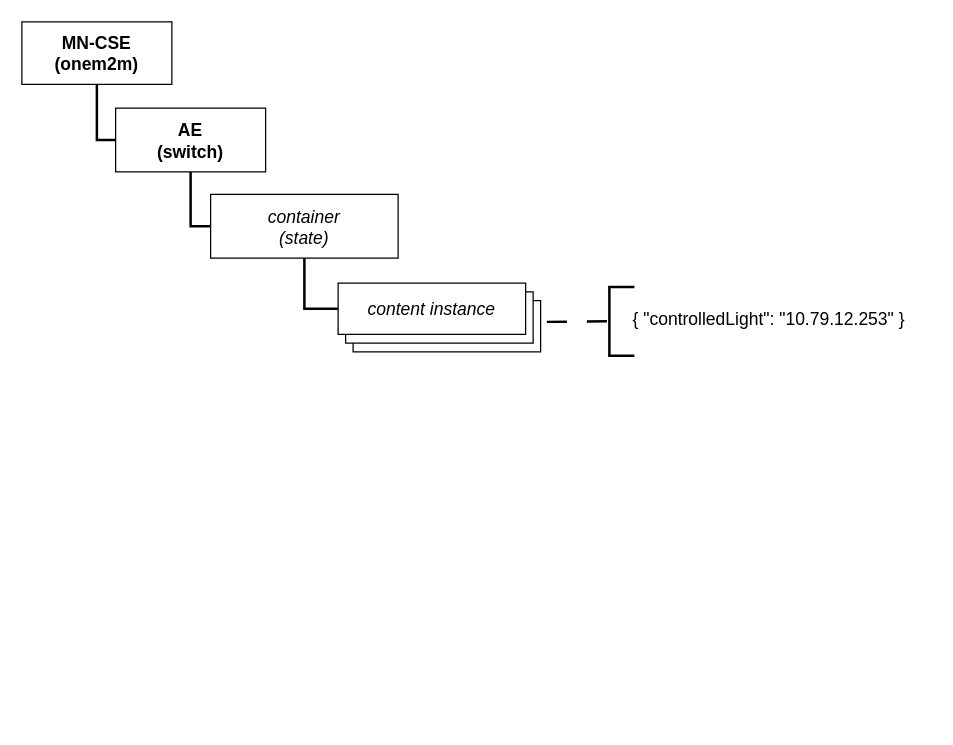
Before: page "Smart Switch" (3 of 4) of assets/diagrams.drawio in daniel-carreira/smart-lighting-onem2m, a draw.io diagram. Source tidied: cells renumbered, new cells numbered last; positions are measured from the earlier drawing's top-left corner, leaving out a move shared by most shapes. Both pictures are drawn from the tidied source at 125%, with x=0, y=0 at pixel (21, 21).
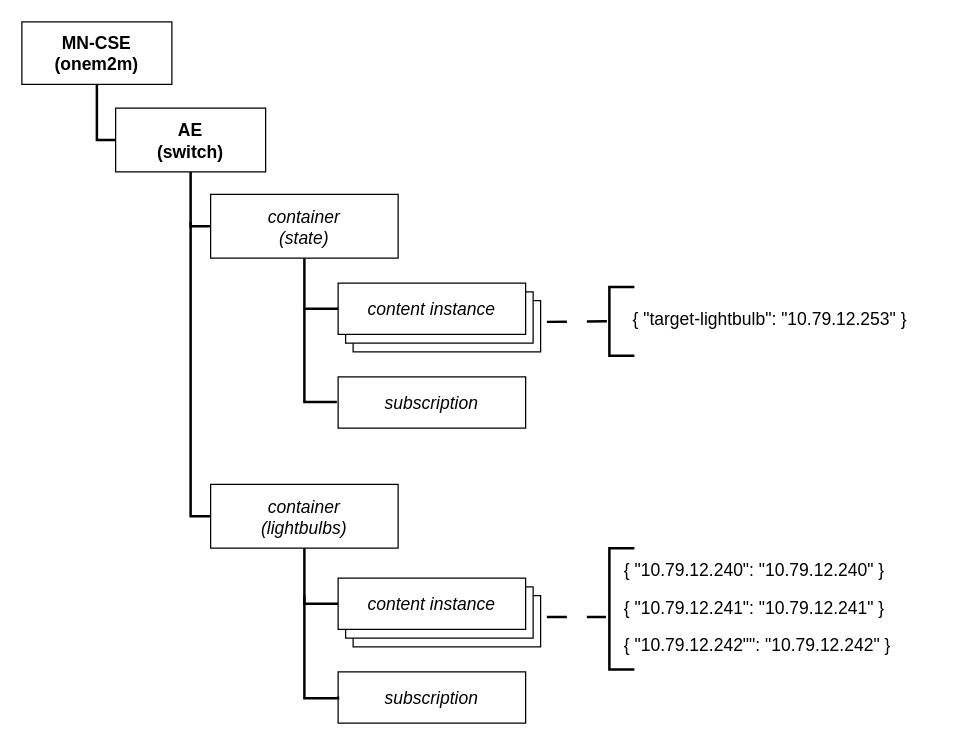
The same page after the edit.

The edit, as a diff of the source:
```diff
@@
-    <mxCell id="11" value="&lt;div style=&quot;font-size: 14px;&quot;&gt;{ &quot;&lt;span style=&quot;border-color: var(--border-color);&quot;&gt;controlledLight&quot;&lt;/span&gt;&lt;span style=&quot;border-color: var(--border-color); background-color: initial;&quot;&gt;: &quot;10.79.12.253&quot;&lt;/span&gt;&lt;span style=&quot;background-color: initial;&quot;&gt;&amp;nbsp;&lt;/span&gt;&lt;span style=&quot;background-color: initial;&quot;&gt;}&lt;/span&gt;&lt;/div&gt;" style="text;html=1;align=left;verticalAlign=middle;strokeColor=none;fillColor=none;perimeterSpacing=3;" parent="1" vertex="1">
+    <mxCell id="11" value="&lt;div style=&quot;font-size: 14px;&quot;&gt;{ &quot;&lt;span style=&quot;border-color: var(--border-color);&quot;&gt;target-lightbulb&quot;&lt;/span&gt;&lt;span style=&quot;border-color: var(--border-color); background-color: initial;&quot;&gt;: &quot;10.79.12.253&quot;&lt;/span&gt;&lt;span style=&quot;background-color: initial;&quot;&gt;&amp;nbsp;&lt;/span&gt;&lt;span style=&quot;background-color: initial;&quot;&gt;}&lt;/span&gt;&lt;/div&gt;" style="text;html=1;align=left;verticalAlign=middle;strokeColor=none;fillColor=none;perimeterSpacing=3;" parent="1" vertex="1">
       <mxGeometry x="487" y="223" width="240" height="30" as="geometry" />
     </mxCell>
@@
+    <mxCell id="14" style="edgeStyle=orthogonalEdgeStyle;rounded=0;jettySize=auto;html=1;entryX=0;entryY=0.5;entryDx=0;entryDy=0;endArrow=none;endFill=0;strokeWidth=2;" parent="1" edge="1" target="15">
+      <mxGeometry relative="1" as="geometry">
+        <mxPoint x="135" y="160" as="sourcePoint" />
+        <Array as="points">
+          <mxPoint x="135" y="395" />
+        </Array>
+      </mxGeometry>
+    </mxCell>
+    <mxCell id="15" value="&lt;span style=&quot;font-weight: normal;&quot;&gt;&lt;i&gt;container&lt;br&gt;(lightbulbs)&lt;/i&gt;&lt;br&gt;&lt;/span&gt;" style="rounded=0;whiteSpace=wrap;html=1;fontStyle=1;fontSize=14;" parent="1" vertex="1">
+      <mxGeometry x="151" y="370" width="150" height="51" as="geometry" />
+    </mxCell>
+    <mxCell id="16" value="&lt;span style=&quot;font-weight: normal;&quot;&gt;&lt;br&gt;&lt;/span&gt;" style="rounded=0;whiteSpace=wrap;html=1;fontStyle=1;fontSize=14;" parent="1" vertex="1">
+      <mxGeometry x="265" y="459" width="150" height="41" as="geometry" />
+    </mxCell>
+    <mxCell id="17" value="&lt;span style=&quot;font-weight: normal;&quot;&gt;&lt;br&gt;&lt;/span&gt;" style="rounded=0;whiteSpace=wrap;html=1;fontStyle=1;fontSize=14;" parent="1" vertex="1">
+      <mxGeometry x="259" y="452" width="150" height="41" as="geometry" />
+    </mxCell>
+    <mxCell id="18" style="edgeStyle=orthogonalEdgeStyle;rounded=0;jettySize=auto;html=1;entryX=0;entryY=0.5;entryDx=0;entryDy=0;endArrow=none;endFill=0;strokeWidth=2;exitX=0.5;exitY=1;exitDx=0;exitDy=0;" parent="1" edge="1" source="15" target="19">
+      <mxGeometry relative="1" as="geometry">
+        <Array as="points">
+          <mxPoint x="226" y="465" />
+          <mxPoint x="253" y="465" />
+        </Array>
+      </mxGeometry>
+    </mxCell>
+    <mxCell id="19" value="&lt;span style=&quot;font-weight: normal;&quot;&gt;&lt;i&gt;content instance&lt;/i&gt;&lt;br&gt;&lt;/span&gt;" style="rounded=0;whiteSpace=wrap;html=1;fontStyle=1;fontSize=14;" parent="1" vertex="1">
+      <mxGeometry x="253" y="445" width="150" height="41" as="geometry" />
+    </mxCell>
+    <mxCell id="20" style="rounded=0;jettySize=auto;html=1;entryX=-0.133;entryY=0.567;entryDx=0;entryDy=0;entryPerimeter=0;strokeWidth=2;endArrow=none;endFill=0;dashed=1;dashPattern=8 8;" parent="1" edge="1" target="21">
+      <mxGeometry relative="1" as="geometry">
+        <mxPoint x="420" y="476" as="sourcePoint" />
+      </mxGeometry>
+    </mxCell>
+    <mxCell id="21" style="strokeWidth=2;html=1;shape=mxgraph.flowchart.annotation_1;align=left;" parent="1" vertex="1">
+      <mxGeometry x="470" y="421" width="20" height="97" as="geometry" />
+    </mxCell>
+    <mxCell id="22" value="&lt;div style=&quot;font-size: 14px;&quot;&gt;{ &quot;&lt;span style=&quot;border-color: var(--border-color);&quot;&gt;10.79.12.240&quot;&lt;/span&gt;&lt;span style=&quot;border-color: var(--border-color); background-color: initial;&quot;&gt;: &quot;10.79.12.240&quot;&lt;/span&gt;&lt;span style=&quot;background-color: initial;&quot;&gt;&amp;nbsp;&lt;/span&gt;&lt;span style=&quot;background-color: initial;&quot;&gt;}&lt;/span&gt;&lt;/div&gt;" style="text;html=1;align=left;verticalAlign=middle;strokeColor=none;fillColor=none;perimeterSpacing=3;" parent="1" vertex="1">
+      <mxGeometry x="480" y="424" width="230" height="30" as="geometry" />
+    </mxCell>
+    <mxCell id="23" value="&lt;div style=&quot;font-size: 14px;&quot;&gt;{ &quot;&lt;span style=&quot;border-color: var(--border-color);&quot;&gt;10.79.12.241&quot;&lt;/span&gt;&lt;span style=&quot;border-color: var(--border-color); background-color: initial;&quot;&gt;: &quot;10.79.12.241&quot;&lt;/span&gt;&lt;span style=&quot;background-color: initial;&quot;&gt;&amp;nbsp;&lt;/span&gt;&lt;span style=&quot;background-color: initial;&quot;&gt;}&lt;/span&gt;&lt;/div&gt;" style="text;html=1;align=left;verticalAlign=middle;strokeColor=none;fillColor=none;perimeterSpacing=3;" parent="1" vertex="1">
+      <mxGeometry x="480" y="454" width="230" height="30" as="geometry" />
+    </mxCell>
+    <mxCell id="24" value="&lt;div style=&quot;font-size: 14px;&quot;&gt;{ &quot;&lt;span style=&quot;border-color: var(--border-color);&quot;&gt;10.79.12.242&quot;&quot;&lt;/span&gt;&lt;span style=&quot;border-color: var(--border-color); background-color: initial;&quot;&gt;: &quot;10.79.12.242&quot;&lt;/span&gt;&lt;span style=&quot;background-color: initial;&quot;&gt;&amp;nbsp;&lt;/span&gt;&lt;span style=&quot;background-color: initial;&quot;&gt;}&lt;/span&gt;&lt;/div&gt;" style="text;html=1;align=left;verticalAlign=middle;strokeColor=none;fillColor=none;perimeterSpacing=3;" parent="1" vertex="1">
+      <mxGeometry x="480" y="484" width="240" height="30" as="geometry" />
+    </mxCell>
+    <mxCell id="25" value="&lt;i style=&quot;border-color: var(--border-color); font-weight: 400;&quot;&gt;subscription&lt;/i&gt;&lt;span style=&quot;font-weight: normal;&quot;&gt;&lt;br&gt;&lt;/span&gt;" style="rounded=0;whiteSpace=wrap;html=1;fontStyle=1;fontSize=14;" parent="1" vertex="1">
+      <mxGeometry x="253" y="284" width="150" height="41" as="geometry" />
+    </mxCell>
+    <mxCell id="26" style="edgeStyle=orthogonalEdgeStyle;rounded=0;orthogonalLoop=1;jettySize=auto;html=1;endArrow=none;endFill=0;strokeWidth=2;" parent="1" edge="1">
+      <mxGeometry relative="1" as="geometry">
+        <mxPoint x="252" y="304" as="sourcePoint" />
+        <mxPoint x="226" y="230" as="targetPoint" />
+        <Array as="points">
+          <mxPoint x="252" y="304" />
+          <mxPoint x="226" y="304" />
+          <mxPoint x="226" y="234" />
+        </Array>
+      </mxGeometry>
+    </mxCell>
+    <mxCell id="27" value="&lt;i style=&quot;border-color: var(--border-color); font-weight: 400;&quot;&gt;subscription&lt;/i&gt;&lt;span style=&quot;font-weight: normal;&quot;&gt;&lt;br&gt;&lt;/span&gt;" style="rounded=0;whiteSpace=wrap;html=1;fontStyle=1;fontSize=14;" parent="1" vertex="1">
+      <mxGeometry x="253" y="520" width="150" height="41" as="geometry" />
+    </mxCell>
+    <mxCell id="28" style="edgeStyle=orthogonalEdgeStyle;rounded=0;jettySize=auto;html=1;endArrow=none;endFill=0;strokeWidth=2;exitX=-0.001;exitY=0.482;exitDx=0;exitDy=0;exitPerimeter=0;" parent="1" edge="1" source="27">
+      <mxGeometry relative="1" as="geometry">
+        <mxPoint x="226" y="459" as="targetPoint" />
+        <Array as="points">
+          <mxPoint x="253" y="541" />
+          <mxPoint x="226" y="541" />
+        </Array>
+      </mxGeometry>
+    </mxCell>
```
